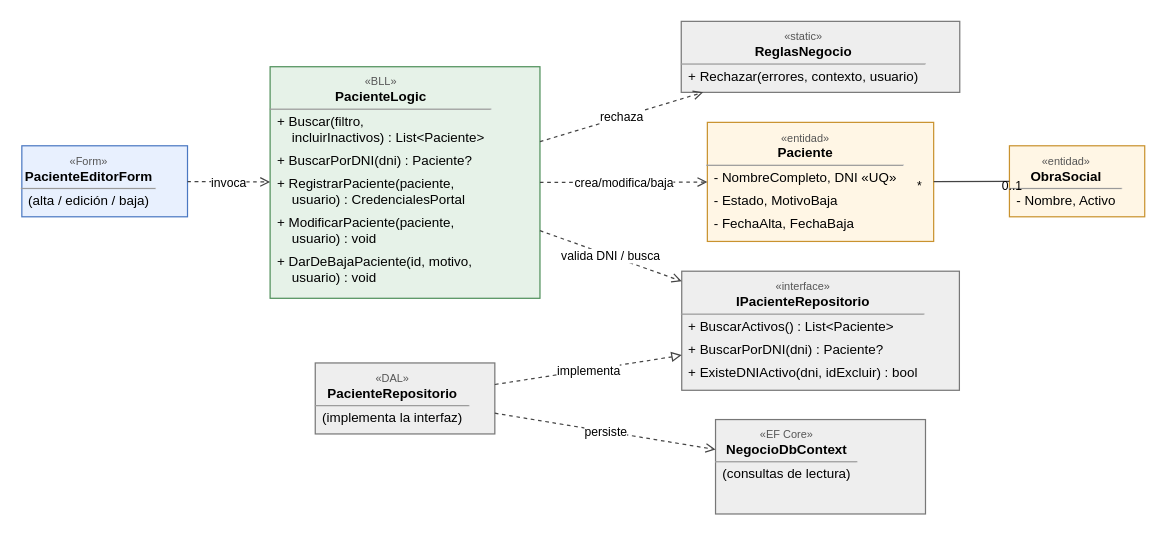
The draw.io diagram Diagramas/UC-01/UC-01 - Clases afectadas.drawio in DanteSchlogl/OpenRIN-corregido, before the edit. Source tidied: cells renumbered, new cells numbered last; positions are measured from the earlier drawing's top-left corner, leaving out a move shared by most shapes. Both pictures are drawn from the tidied source at 122%, with x=0, y=0 at pixel (21, 21).
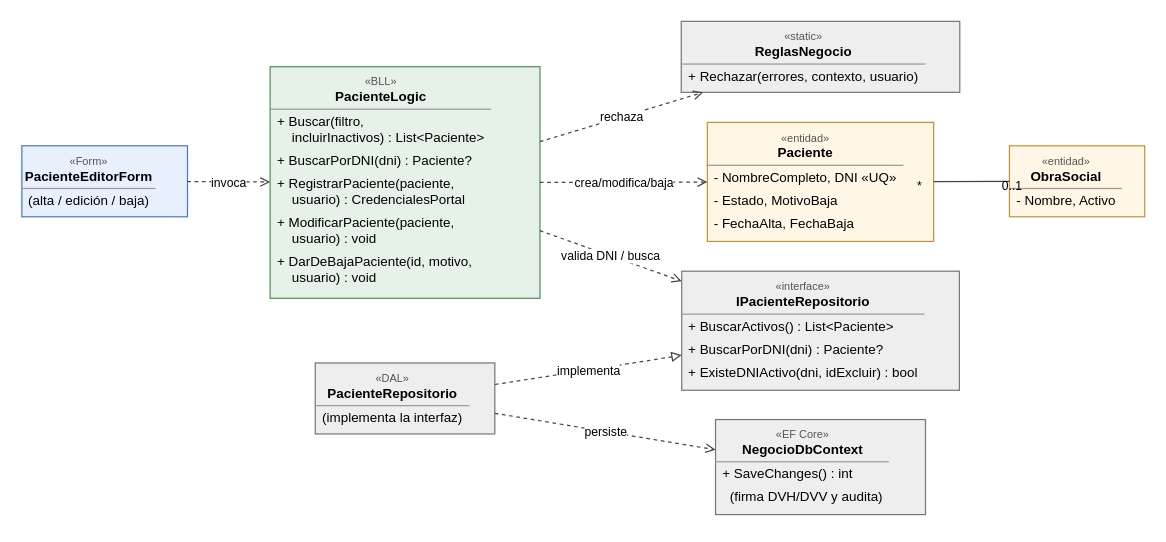
The same diagram, later.

Change to the diagram source:
```diff
@@
-    <mxCell id="6" value="&lt;div style=&quot;font-family:Arial;font-size:11px;padding:3px 0 0 0;text-align:center;line-height:11px;font-size:9px;color:#555555;&quot;&gt;«EF Core»&lt;/div&gt;&lt;div style=&quot;font-family:Arial;font-size:11px;padding:0 0 3px 0;text-align:center;line-height:13px;font-weight:bold;&quot;&gt;NegocioDbContext&lt;/div&gt;&lt;hr style=&quot;margin:0;&quot; size=&quot;1&quot;/&gt;&lt;div style=&quot;font-family:Arial;font-size:11px;padding:3px 6px;line-height:13px;text-align:left;&quot;&gt;(consultas de lectura)&lt;/div&gt;" style="whiteSpace=wrap;html=1;align=left;verticalAlign=top;overflow=hidden;spacing=0;fillColor=#EEEEEE;strokeColor=#777777;" parent="1" vertex="1">
-      <mxGeometry x="569" y="326.4" width="172.1" height="77.4" as="geometry" />
+    <mxCell id="6" value="&lt;div style=&quot;font-family:Arial;font-size:11px;padding:3px 0 0 0;text-align:center;line-height:11px;font-size:9px;color:#555555;&quot;&gt;«EF Core»&lt;/div&gt;&lt;div style=&quot;font-family:Arial;font-size:11px;padding:0 0 3px 0;text-align:center;line-height:13px;font-weight:bold;&quot;&gt;NegocioDbContext&lt;/div&gt;&lt;hr style=&quot;margin:0;&quot; size=&quot;1&quot;/&gt;&lt;div style=&quot;font-family:Arial;font-size:11px;padding:3px 6px;line-height:13px;text-align:left;&quot;&gt;+ SaveChanges() : int&lt;/div&gt;&lt;div style=&quot;font-family:Arial;font-size:11px;padding:3px 6px;line-height:13px;text-align:left;&quot;&gt;&amp;#160;&amp;#160;(firma DVH/DVV y audita)&lt;/div&gt;" style="whiteSpace=wrap;html=1;align=left;verticalAlign=top;overflow=hidden;spacing=0;fillColor=#EEEEEE;strokeColor=#777777;" parent="1" vertex="1">
+      <mxGeometry x="569" y="326.4" width="172.1" height="77.9" as="geometry" />
     </mxCell>
```
